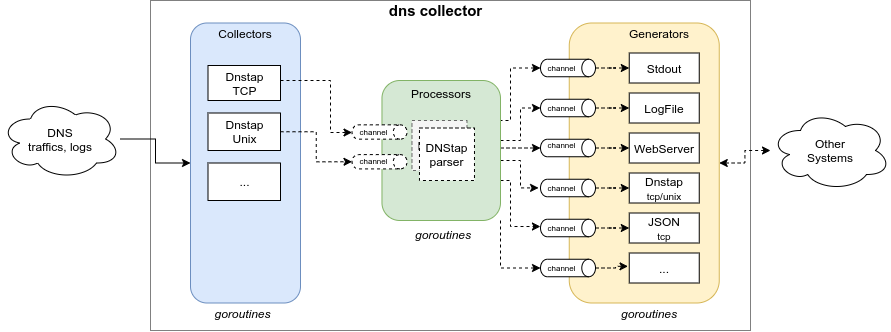
The draw.io diagram doc/overview.png in dmachard/go-dnscollector, before a commit. Source tidied: cells renumbered, new cells last; positions are measured from the earlier drawing's top-left corner, leaving out a move shared by most shapes.
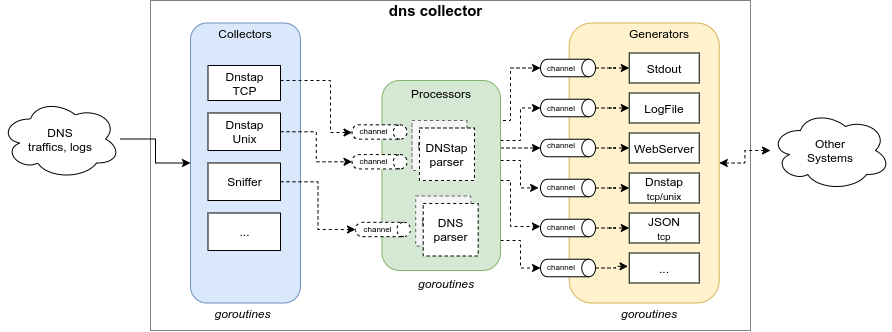
After the commit.

Change to the diagram source:
```diff
@@ -79,8 +79,8 @@
     <mxCell id="22" style="edgeStyle=orthogonalEdgeStyle;rounded=0;jettySize=auto;html=1;entryX=0.5;entryY=1;entryDx=0;entryDy=0;entryPerimeter=0;dashed=1;" parent="1" edge="1" source="25" target="43">
       <mxGeometry relative="1" as="geometry">
         <Array as="points">
-          <mxPoint x="500" y="205" />
-          <mxPoint x="500" y="267" />
+          <mxPoint x="520" y="240" />
+          <mxPoint x="520" y="268" />
         </Array>
       </mxGeometry>
     </mxCell>
@@ -102,7 +102,7 @@
       </mxGeometry>
     </mxCell>
     <mxCell id="25" style="rounded=1;whiteSpace=wrap;html=1;fillColor=#d5e8d4;strokeColor=#82b366;" parent="1" vertex="1">
-      <mxGeometry x="381.5" y="80" width="118.5" height="140" as="geometry" />
+      <mxGeometry x="381.5" y="80" width="118.5" height="190" as="geometry" />
     </mxCell>
     <mxCell id="26" value="Processors" style="text;html=1;strokeColor=none;fillColor=none;align=center;verticalAlign=middle;whiteSpace=wrap;rounded=0;" parent="1" vertex="1">
       <mxGeometry x="420.7" y="82.5" width="40" height="20" as="geometry" />
@@ -204,7 +204,7 @@
       <mxGeometry x="628.8" y="302.5" width="40" height="20" as="geometry" />
     </mxCell>
     <mxCell id="57" value="&lt;i&gt;goroutines&lt;/i&gt;" style="text;html=1;strokeColor=none;fillColor=none;align=center;verticalAlign=middle;whiteSpace=wrap;rounded=0;" parent="1" vertex="1">
-      <mxGeometry x="422.7" y="223.5" width="40" height="20" as="geometry" />
+      <mxGeometry x="426.5" y="272.5" width="40" height="20" as="geometry" />
     </mxCell>
     <mxCell id="58" style="group;" parent="1" vertex="1">
       <mxGeometry x="356.5" y="152.2" width="45" height="17.8" as="geometry" />
@@ -218,11 +218,32 @@
     <mxCell id="61" value="&lt;font style=&quot;font-size: 8px&quot;&gt;channel&lt;/font&gt;" style="text;html=1;strokeColor=none;fillColor=none;align=center;verticalAlign=middle;whiteSpace=wrap;rounded=0;" parent="59" vertex="1">
       <mxGeometry x="4.7" width="25" height="14" as="geometry" />
     </mxCell>
-    <mxCell id="62" value="..." style="rounded=0;whiteSpace=wrap;html=1;" parent="1" vertex="1">
+    <mxCell id="62" value="Sniffer" style="rounded=0;whiteSpace=wrap;html=1;" parent="1" vertex="1">
       <mxGeometry x="207.5" y="162.5" width="72.5" height="37.5" as="geometry" />
     </mxCell>
     <mxCell id="63" style="edgeStyle=orthogonalEdgeStyle;rounded=0;jettySize=auto;html=1;entryX=0;entryY=0.5;entryDx=0;entryDy=0;dashed=1;" parent="1" edge="1" source="32" target="9">
       <mxGeometry relative="1" as="geometry" />
     </mxCell>
+    <mxCell id="64" value="..." style="rounded=0;whiteSpace=wrap;html=1;" parent="1" vertex="1">
+      <mxGeometry x="207.5" y="212.5" width="72.5" height="37.5" as="geometry" />
+    </mxCell>
+    <mxCell id="65" value="DNStap" style="rounded=0;whiteSpace=wrap;html=1;fillColor=#f5f5f5;strokeColor=#666666;fontColor=#333333;dashed=1;" parent="1" vertex="1">
+      <mxGeometry x="415.2" y="195.5" width="55" height="50" as="geometry" />
+    </mxCell>
+    <mxCell id="66" value="DNS&lt;br&gt;parser" style="rounded=0;whiteSpace=wrap;html=1;dashed=1;" parent="1" vertex="1">
+      <mxGeometry x="422.7" y="203" width="55" height="52.5" as="geometry" />
+    </mxCell>
+    <mxCell id="67" style="group;" parent="1" vertex="1">
+      <mxGeometry x="360" y="220" width="45" height="17.8" as="geometry" />
+    </mxCell>
+    <mxCell id="68" style="shape=cylinder3;whiteSpace=wrap;html=1;boundedLbl=1;backgroundOutline=1;size=6.85714285714289;rotation=90;dashed=1;" parent="67" vertex="1">
+      <mxGeometry x="15.3" y="-18.5" width="14.3" height="55" as="geometry" />
+    </mxCell>
+    <mxCell id="69" value="&lt;font style=&quot;font-size: 8px&quot;&gt;channel&lt;/font&gt;" style="text;html=1;strokeColor=none;fillColor=none;align=center;verticalAlign=middle;whiteSpace=wrap;rounded=0;" parent="67" vertex="1">
+      <mxGeometry x="4.7" width="25" height="14" as="geometry" />
+    </mxCell>
+    <mxCell id="70" style="edgeStyle=orthogonalEdgeStyle;rounded=0;jettySize=auto;html=1;entryX=0.5;entryY=1;entryDx=0;entryDy=0;entryPerimeter=0;dashed=1;exitX=1;exitY=0.5;exitDx=0;exitDy=0;" parent="1" edge="1" source="62" target="68">
+      <mxGeometry relative="1" as="geometry" />
+    </mxCell>
   </root>
 </mxGraphModel>
```
